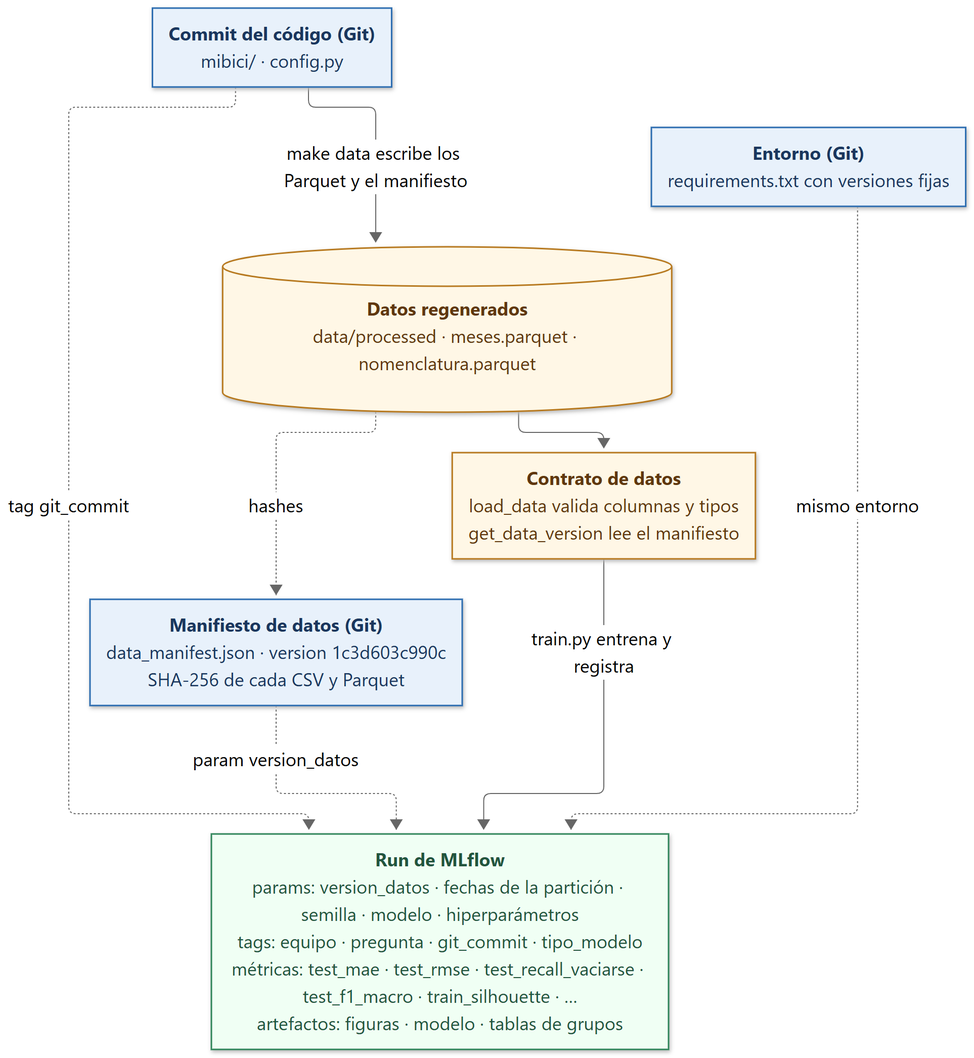
Above: references/trazabilidad.png in WillSagzz/TC5061-Proyecto-Equipo10 (Mermaid), before the change. Its source is kept beside it as references/trazabilidad.mmd.
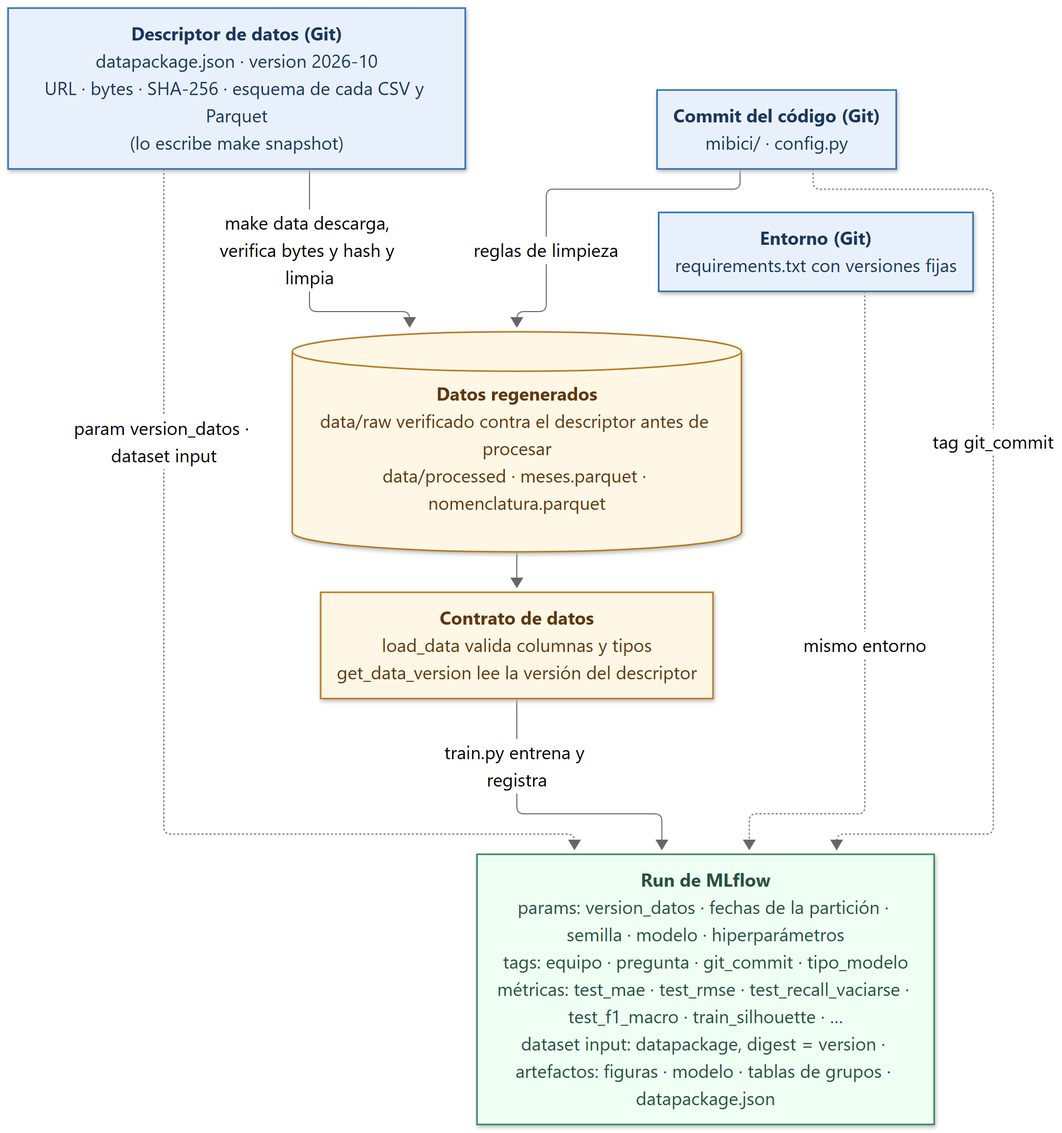
The same diagram one commit later.

Diff of the diagram source:
```diff
@@ -1,20 +1,20 @@
 flowchart TB
 
-  MAN["<b>Manifiesto de datos (Git)</b><br/>data_manifest.json · version 1c3d603c990c<br/>SHA-256 de cada CSV y Parquet"]
+  MAN["<b>Descriptor de datos (Git)</b><br/>datapackage.json · version 2026-10<br/>URL · bytes · SHA-256 · esquema de cada CSV y Parquet<br/>(lo escribe make snapshot)"]
   COMMIT["<b>Commit del código (Git)</b><br/>mibici/ · config.py"]
   REQ["<b>Entorno (Git)</b><br/>requirements.txt con versiones fijas"]
 
-  DATA[("<b>Datos regenerados</b><br/>data/processed · meses.parquet · nomenclatura.parquet")]
-  CHECK["<b>Contrato de datos</b><br/>load_data valida columnas y tipos<br/>get_data_version lee el manifiesto"]
+  DATA[("<b>Datos regenerados</b><br/>data/raw verificado contra el descriptor antes de procesar<br/>data/processed · meses.parquet · nomenclatura.parquet")]
+  CHECK["<b>Contrato de datos</b><br/>load_data valida columnas y tipos<br/>get_data_version lee la versión del descriptor"]
 
-  RUN["<b>Run de MLflow</b><br/>params: version_datos · fechas de la partición · semilla · modelo · hiperparámetros<br/>tags: equipo · pregunta · git_commit · tipo_modelo<br/>métricas: test_mae · test_rmse · test_recall_vaciarse · test_f1_macro · train_silhouette · …<br/>artefactos: figuras · modelo · tablas de grupos"]
+  RUN["<b>Run de MLflow</b><br/>params: version_datos · fechas de la partición · semilla · modelo · hiperparámetros<br/>tags: equipo · pregunta · git_commit · tipo_modelo<br/>métricas: test_mae · test_rmse · test_recall_vaciarse · test_f1_macro · train_silhouette · …<br/>dataset input: datapackage, digest = version · artefactos: figuras · modelo · tablas de grupos · datapackage.json"]
 
-  COMMIT -- "make data escribe los Parquet y el manifiesto" --> DATA
-  DATA -. "hashes" .-> MAN
+  MAN -- "make data descarga, verifica bytes y hash y limpia" --> DATA
+  COMMIT -- "reglas de limpieza" --> DATA
   REQ ~~~ DATA
   DATA --> CHECK
   CHECK -- "train.py entrena y registra" --> RUN
-  MAN -. "param version_datos" .-> RUN
+  MAN -. "param version_datos · dataset input" .-> RUN
   COMMIT -. "tag git_commit" .-> RUN
   REQ -. "mismo entorno" .-> RUN
 
```
